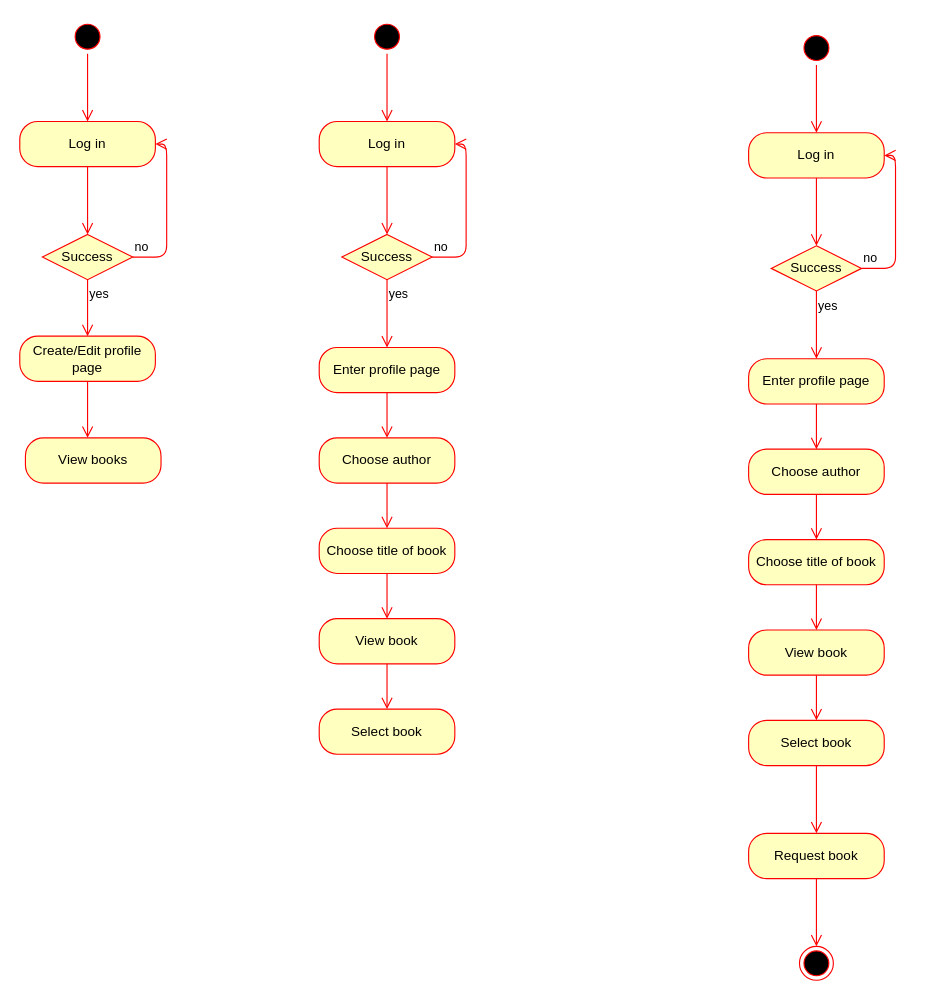
The draw.io diagram Docs/user.drawio in Andrei-Marcu/P4-T11-ChiurtuMarcuMinculeasa, before the edit. Source tidied: cells renumbered, new cells numbered last; positions are measured from the earlier drawing's top-left corner, leaving out a move shared by most shapes. Both pictures are drawn from the tidied source at 113%, with x=0, y=0 at pixel (19, 19).
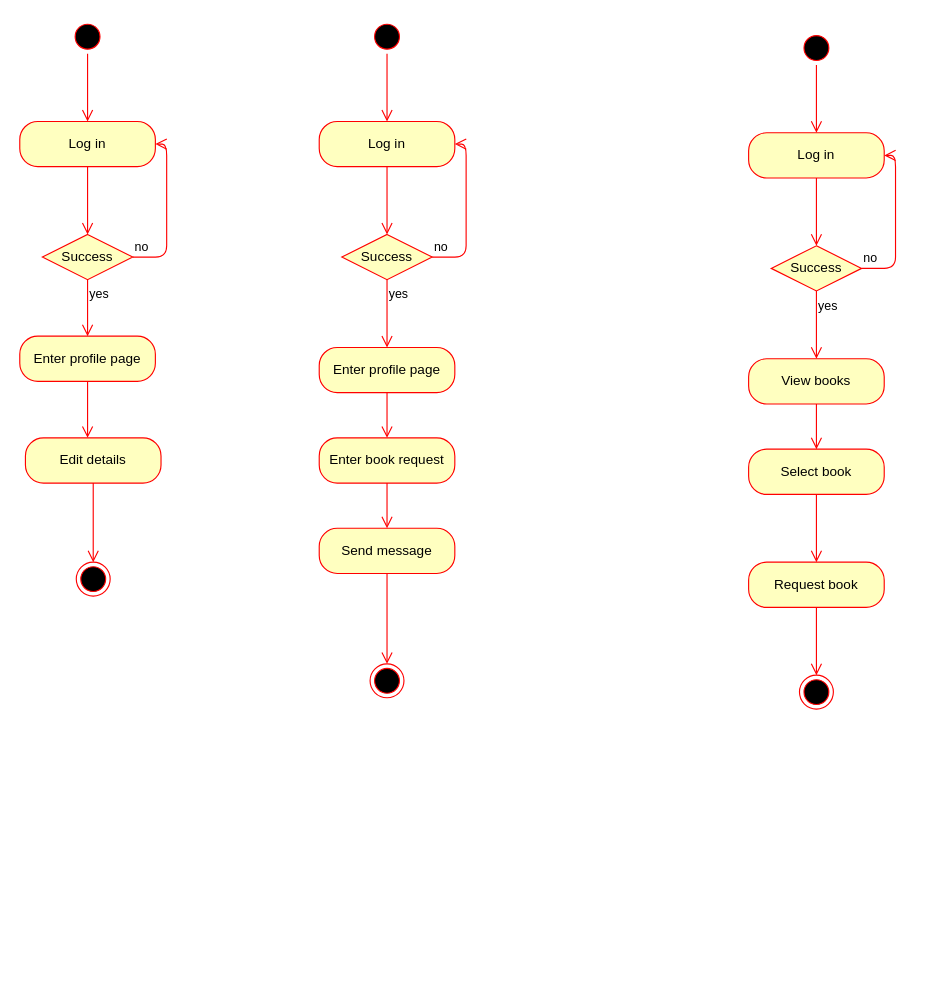
The same diagram, later.

Unchanged cells that the change refers to:
```xml
<mxCell id="30" value="Success" style="rhombus;whiteSpace=wrap;html=1;fillColor=#ffffc0;strokeColor=#ff0000;" parent="1" vertex="1">
  <mxGeometry x="665" y="200" width="80" height="40" as="geometry" />
</mxCell>
```

Diff of the diagram source:
```diff
@@
-    <mxCell id="14" value="Create/Edit profile page" style="rounded=1;whiteSpace=wrap;html=1;arcSize=40;fontColor=#000000;fillColor=#ffffc0;strokeColor=#ff0000;" parent="1" vertex="1">
+    <mxCell id="14" value="Enter profile page" style="rounded=1;whiteSpace=wrap;html=1;arcSize=40;fontColor=#000000;fillColor=#ffffc0;strokeColor=#ff0000;" parent="1" vertex="1">
       <mxGeometry y="280" width="120" height="40" as="geometry" />
     </mxCell>
@@
-    <mxCell id="16" value="Choose author" style="rounded=1;whiteSpace=wrap;html=1;arcSize=40;fontColor=#000000;fillColor=#ffffc0;strokeColor=#ff0000;" parent="1" vertex="1">
+    <mxCell id="16" value="Enter book request" style="rounded=1;whiteSpace=wrap;html=1;arcSize=40;fontColor=#000000;fillColor=#ffffc0;strokeColor=#ff0000;" parent="1" vertex="1">
       <mxGeometry x="265" y="370" width="120" height="40" as="geometry" />
     </mxCell>
@@
-    <mxCell id="18" value="Choose title of book" style="rounded=1;whiteSpace=wrap;html=1;arcSize=40;fontColor=#000000;fillColor=#ffffc0;strokeColor=#ff0000;" parent="1" vertex="1">
+    <mxCell id="18" value="Send message" style="rounded=1;whiteSpace=wrap;html=1;arcSize=40;fontColor=#000000;fillColor=#ffffc0;strokeColor=#ff0000;" parent="1" vertex="1">
       <mxGeometry x="265" y="450" width="120" height="40" as="geometry" />
     </mxCell>
-    <mxCell id="19" style="edgeStyle=orthogonalEdgeStyle;html=1;verticalAlign=bottom;endArrow=open;endSize=8;strokeColor=#ff0000;" parent="1" edge="1" source="18">
-      <mxGeometry relative="1" as="geometry">
-        <mxPoint x="325" y="530" as="targetPoint" />
-        <Array as="points">
-          <mxPoint x="325" y="520" />
-          <mxPoint x="325" y="520" />
-        </Array>
-      </mxGeometry>
-    </mxCell>
@@
-    <mxCell id="22" value="View book" style="rounded=1;whiteSpace=wrap;html=1;arcSize=40;fontColor=#000000;fillColor=#ffffc0;strokeColor=#ff0000;" parent="1" vertex="1">
-      <mxGeometry x="265" y="530" width="120" height="40" as="geometry" />
-    </mxCell>
-    <mxCell id="23" style="edgeStyle=orthogonalEdgeStyle;html=1;verticalAlign=bottom;endArrow=open;endSize=8;strokeColor=#ff0000;" parent="1" edge="1" source="22">
-      <mxGeometry relative="1" as="geometry">
-        <mxPoint x="325" y="610" as="targetPoint" />
-      </mxGeometry>
-    </mxCell>
@@
-    <mxCell id="26" value="View books" style="rounded=1;whiteSpace=wrap;html=1;arcSize=40;fontColor=#000000;fillColor=#ffffc0;strokeColor=#ff0000;" parent="1" vertex="1">
+    <mxCell id="26" value="Edit details" style="rounded=1;whiteSpace=wrap;html=1;arcSize=40;fontColor=#000000;fillColor=#ffffc0;strokeColor=#ff0000;" parent="1" vertex="1">
       <mxGeometry x="5" y="370" width="120" height="40" as="geometry" />
     </mxCell>
-    <mxCell id="27" value="Select book" style="rounded=1;whiteSpace=wrap;html=1;arcSize=40;fontColor=#000000;fillColor=#ffffc0;strokeColor=#ff0000;" parent="1" vertex="1">
-      <mxGeometry x="265" y="610" width="120" height="40" as="geometry" />
-    </mxCell>
@@
-    <mxCell id="32" value="yes" style="edgeStyle=orthogonalEdgeStyle;html=1;align=left;verticalAlign=top;endArrow=open;endSize=8;strokeColor=#ff0000;" parent="1" edge="1" source="30">
-      <mxGeometry x="-1" relative="1" as="geometry">
-        <mxPoint x="705" y="300" as="targetPoint" />
-        <Array as="points">
-          <mxPoint x="705" y="270" />
-          <mxPoint x="705" y="270" />
-        </Array>
-      </mxGeometry>
+    <mxCell id="32" value="yes" style="edgeStyle=orthogonalEdgeStyle;html=1;align=left;verticalAlign=top;endArrow=open;endSize=8;strokeColor=#ff0000;" parent="1" edge="1" source="30" target="39">
+      <mxGeometry x="-1" relative="1" as="geometry" />
     </mxCell>
-    <mxCell id="33" value="Choose author" style="rounded=1;whiteSpace=wrap;html=1;arcSize=40;fontColor=#000000;fillColor=#ffffc0;strokeColor=#ff0000;" parent="1" vertex="1">
-      <mxGeometry x="645" y="380" width="120" height="40" as="geometry" />
-    </mxCell>
-    <mxCell id="34" style="edgeStyle=orthogonalEdgeStyle;html=1;verticalAlign=bottom;endArrow=open;endSize=8;strokeColor=#ff0000;entryX=0.5;entryY=0;entryDx=0;entryDy=0;" parent="1" edge="1" source="33" target="35">
-      <mxGeometry relative="1" as="geometry" />
-    </mxCell>
-    <mxCell id="35" value="Choose title of book" style="rounded=1;whiteSpace=wrap;html=1;arcSize=40;fontColor=#000000;fillColor=#ffffc0;strokeColor=#ff0000;" parent="1" vertex="1">
-      <mxGeometry x="645" y="460" width="120" height="40" as="geometry" />
-    </mxCell>
-    <mxCell id="36" style="edgeStyle=orthogonalEdgeStyle;html=1;verticalAlign=bottom;endArrow=open;endSize=8;strokeColor=#ff0000;" parent="1" edge="1" source="35">
-      <mxGeometry relative="1" as="geometry">
-        <mxPoint x="705" y="540" as="targetPoint" />
-        <Array as="points">
-          <mxPoint x="705" y="530" />
-          <mxPoint x="705" y="530" />
-        </Array>
-      </mxGeometry>
-    </mxCell>
-    <mxCell id="37" value="Enter profile page" style="rounded=1;whiteSpace=wrap;html=1;arcSize=40;fontColor=#000000;fillColor=#ffffc0;strokeColor=#ff0000;" parent="1" vertex="1">
-      <mxGeometry x="645" y="300" width="120" height="40" as="geometry" />
-    </mxCell>
-    <mxCell id="38" style="edgeStyle=orthogonalEdgeStyle;html=1;verticalAlign=bottom;endArrow=open;endSize=8;strokeColor=#ff0000;" parent="1" edge="1" source="37">
-      <mxGeometry relative="1" as="geometry">
-        <mxPoint x="705" y="380" as="targetPoint" />
-      </mxGeometry>
-    </mxCell>
-    <mxCell id="39" value="View book" style="rounded=1;whiteSpace=wrap;html=1;arcSize=40;fontColor=#000000;fillColor=#ffffc0;strokeColor=#ff0000;" parent="1" vertex="1">
-      <mxGeometry x="645" y="540" width="120" height="40" as="geometry" />
+    <mxCell id="39" value="View books" style="rounded=1;whiteSpace=wrap;html=1;arcSize=40;fontColor=#000000;fillColor=#ffffc0;strokeColor=#ff0000;" parent="1" vertex="1">
+      <mxGeometry x="645" y="300" width="120" height="40" as="geometry" />
     </mxCell>
     <mxCell id="40" style="edgeStyle=orthogonalEdgeStyle;html=1;verticalAlign=bottom;endArrow=open;endSize=8;strokeColor=#ff0000;" parent="1" edge="1" source="39">
       <mxGeometry relative="1" as="geometry">
-        <mxPoint x="705" y="620" as="targetPoint" />
+        <mxPoint x="705" y="380" as="targetPoint" />
       </mxGeometry>
     </mxCell>
@@
     <mxCell id="43" value="Select book" style="rounded=1;whiteSpace=wrap;html=1;arcSize=40;fontColor=#000000;fillColor=#ffffc0;strokeColor=#ff0000;" parent="1" vertex="1">
-      <mxGeometry x="645" y="620" width="120" height="40" as="geometry" />
+      <mxGeometry x="645" y="380" width="120" height="40" as="geometry" />
     </mxCell>
     <mxCell id="44" style="edgeStyle=orthogonalEdgeStyle;html=1;verticalAlign=bottom;endArrow=open;endSize=8;strokeColor=#ff0000;" parent="1" edge="1" source="43">
       <mxGeometry relative="1" as="geometry">
-        <mxPoint x="705" y="720" as="targetPoint" />
+        <mxPoint x="705" y="480" as="targetPoint" />
       </mxGeometry>
     </mxCell>
     <mxCell id="45" value="Request book" style="rounded=1;whiteSpace=wrap;html=1;arcSize=40;fontColor=#000000;fillColor=#ffffc0;strokeColor=#ff0000;" parent="1" vertex="1">
-      <mxGeometry x="645" y="720" width="120" height="40" as="geometry" />
+      <mxGeometry x="645" y="480" width="120" height="40" as="geometry" />
     </mxCell>
     <mxCell id="46" style="edgeStyle=orthogonalEdgeStyle;html=1;verticalAlign=bottom;endArrow=open;endSize=8;strokeColor=#ff0000;" parent="1" edge="1" source="45">
       <mxGeometry relative="1" as="geometry">
-        <mxPoint x="705" y="820" as="targetPoint" />
+        <mxPoint x="705" y="580" as="targetPoint" />
       </mxGeometry>
     </mxCell>
     <mxCell id="47" style="ellipse;html=1;shape=endState;fillColor=#000000;strokeColor=#ff0000;" parent="1" vertex="1">
-      <mxGeometry x="690" y="820" width="30" height="30" as="geometry" />
+      <mxGeometry x="690" y="580" width="30" height="30" as="geometry" />
     </mxCell>
+    <mxCell id="48" style="edgeStyle=orthogonalEdgeStyle;html=1;verticalAlign=bottom;endArrow=open;endSize=8;strokeColor=#ff0000;exitX=0.5;exitY=1;exitDx=0;exitDy=0;" parent="1" edge="1" source="18">
+      <mxGeometry relative="1" as="geometry">
+        <mxPoint x="325" y="570" as="targetPoint" />
+      </mxGeometry>
+    </mxCell>
+    <mxCell id="49" style="ellipse;html=1;shape=endState;fillColor=#000000;strokeColor=#ff0000;" parent="1" vertex="1">
+      <mxGeometry x="310" y="570" width="30" height="30" as="geometry" />
+    </mxCell>
+    <mxCell id="50" style="ellipse;html=1;shape=endState;fillColor=#000000;strokeColor=#ff0000;" parent="1" vertex="1">
+      <mxGeometry x="50" y="480" width="30" height="30" as="geometry" />
+    </mxCell>
+    <mxCell id="51" style="edgeStyle=orthogonalEdgeStyle;html=1;verticalAlign=bottom;endArrow=open;endSize=8;strokeColor=#ff0000;exitX=0.5;exitY=1;exitDx=0;exitDy=0;entryX=0.5;entryY=0;entryDx=0;entryDy=0;" parent="1" edge="1" source="26" target="50">
+      <mxGeometry relative="1" as="geometry" />
+    </mxCell>
```
